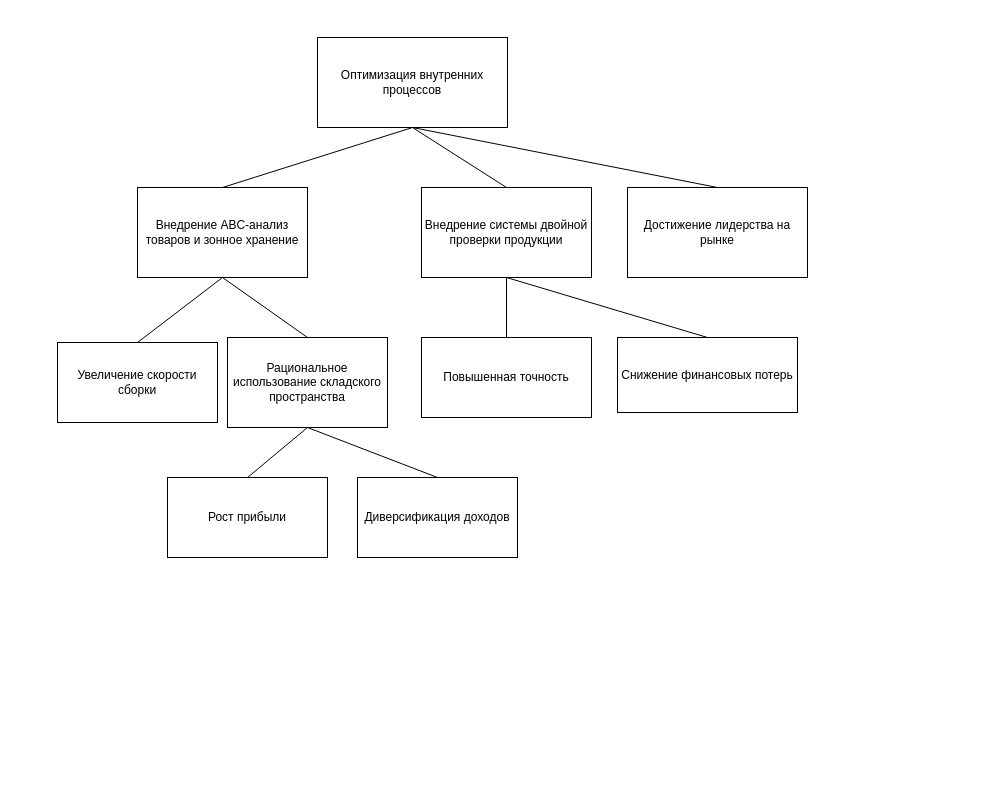
The draw.io diagram ОРТПС_2.drawio in mopsin666/AKMS, before the edit. Source tidied: cells renumbered, new cells numbered last; positions are measured from the earlier drawing's top-left corner, leaving out a move shared by most shapes. Both pictures are drawn from the tidied source at 100%, with x=0, y=0 at pixel (57, 37).
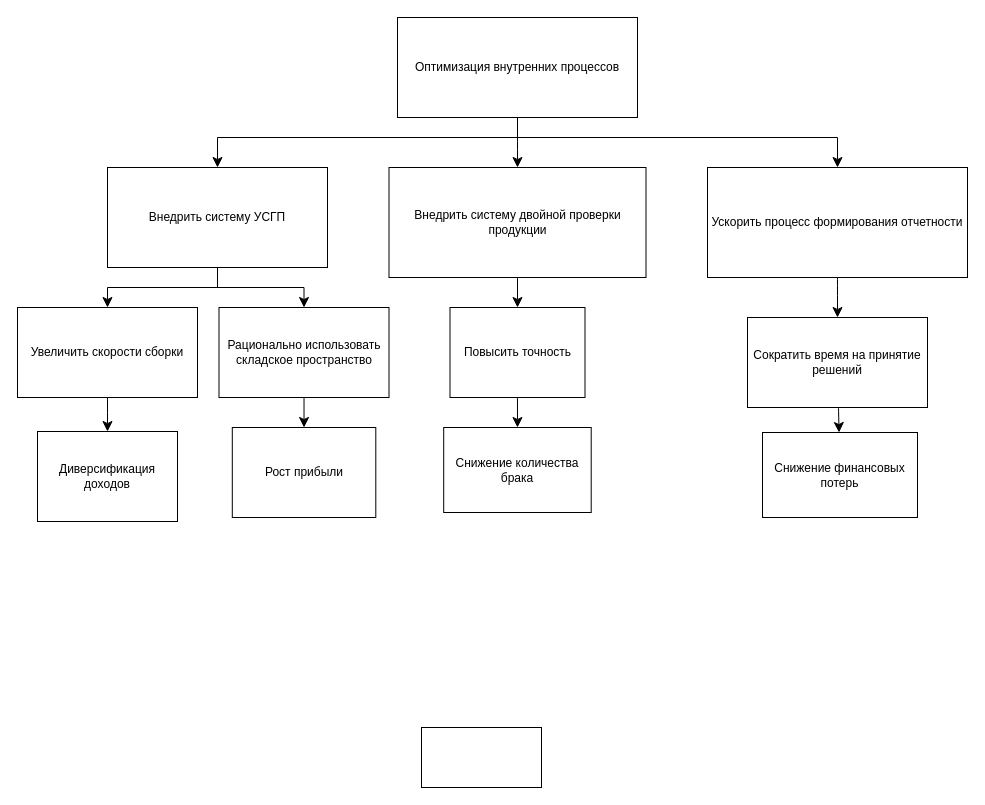
The same page after the edit.

The edit, as a diff of the source:
```diff
@@
+    <mxCell id="21" style="edgeStyle=none;curved=1;rounded=0;jettySize=auto;html=1;entryX=0.5;entryY=0;entryDx=0;entryDy=0;fontSize=12;startSize=8;endSize=8;" parent="1" edge="1" source="2" target="13">
+      <mxGeometry relative="1" as="geometry" />
+    </mxCell>
     <mxCell id="2" value="Оптимизация внутренних процессов" style="rounded=0;whiteSpace=wrap;html=1;" parent="1" vertex="1">
-      <mxGeometry x="260" width="190" height="90" as="geometry" />
+      <mxGeometry x="340" y="-20" width="240" height="100" as="geometry" />
     </mxCell>
-    <mxCell id="3" value="Внедрение ABC-анализ товаров и зонное хранение" style="rounded=0;whiteSpace=wrap;html=1;" parent="1" vertex="1">
-      <mxGeometry x="80" y="150" width="170" height="90" as="geometry" />
+    <mxCell id="3" value="Внедрить систему УСГП" style="rounded=0;whiteSpace=wrap;html=1;" parent="1" vertex="1">
+      <mxGeometry x="50" y="130" width="220" height="100" as="geometry" />
     </mxCell>
+    <mxCell id="22" style="edgeStyle=none;curved=1;rounded=0;jettySize=auto;html=1;fontSize=12;startSize=8;endSize=8;" parent="1" edge="1" source="4" target="7">
+      <mxGeometry relative="1" as="geometry" />
+    </mxCell>
-    <mxCell id="4" value="Рациональное использование складского пространства" style="rounded=0;whiteSpace=wrap;html=1;" parent="1" vertex="1">
-      <mxGeometry x="170" y="300" width="160" height="90" as="geometry" />
+    <mxCell id="4" value="Рационально использовать складское пространство" style="rounded=0;whiteSpace=wrap;html=1;" parent="1" vertex="1">
+      <mxGeometry x="161.5" y="270" width="170" height="90" as="geometry" />
     </mxCell>
-    <mxCell id="5" style="endArrow=none;html=1;rounded=0;entryX=0.5;entryY=1;entryDx=0;entryDy=0;exitX=0.5;exitY=0;exitDx=0;exitDy=0;" parent="1" edge="1" source="3" target="2">
-      <mxGeometry relative="1" as="geometry" />
-    </mxCell>
-    <mxCell id="6" style="endArrow=none;html=1;rounded=0;exitX=0.5;exitY=0;exitDx=0;exitDy=0;entryX=0.5;entryY=1;entryDx=0;entryDy=0;" parent="1" edge="1" source="4" target="3">
-      <mxGeometry relative="1" as="geometry" />
-    </mxCell>
     <mxCell id="7" value="&lt;div style=&quot;&quot;&gt;Рост прибыли&lt;/div&gt;" style="rounded=0;whiteSpace=wrap;html=1;align=center;" parent="1" vertex="1">
-      <mxGeometry x="110" y="440" width="160" height="80" as="geometry" />
+      <mxGeometry x="174.8" y="390" width="143.5" height="90" as="geometry" />
     </mxCell>
-    <mxCell id="8" style="endArrow=none;html=1;rounded=0;exitX=0.5;exitY=0;exitDx=0;exitDy=0;entryX=0.5;entryY=1;entryDx=0;entryDy=0;" parent="1" edge="1" source="7" target="4">
-      <mxGeometry relative="1" as="geometry" />
-    </mxCell>
     <mxCell id="9" value="Диверсификация доходов" style="rounded=0;whiteSpace=wrap;html=1;" parent="1" vertex="1">
-      <mxGeometry x="300" y="440" width="160" height="80" as="geometry" />
+      <mxGeometry x="-20" y="394" width="140" height="90" as="geometry" />
     </mxCell>
-    <mxCell id="10" style="endArrow=none;html=1;rounded=0;exitX=0.5;exitY=0;exitDx=0;exitDy=0;entryX=0.5;entryY=1;entryDx=0;entryDy=0;" parent="1" edge="1" source="9" target="4">
-      <mxGeometry relative="1" as="geometry" />
-    </mxCell>
+    <mxCell id="23" style="edgeStyle=none;curved=1;rounded=0;jettySize=auto;html=1;fontSize=12;startSize=8;endSize=8;" parent="1" edge="1" source="11" target="9">
+      <mxGeometry relative="1" as="geometry" />
+    </mxCell>
-    <mxCell id="11" value="Увеличение скорости сборки" style="rounded=0;whiteSpace=wrap;html=1;" parent="1" vertex="1">
-      <mxGeometry y="305" width="160" height="80" as="geometry" />
+    <mxCell id="11" value="Увеличить скорости сборки" style="rounded=0;whiteSpace=wrap;html=1;" parent="1" vertex="1">
+      <mxGeometry x="-40" y="270" width="180" height="90" as="geometry" />
     </mxCell>
-    <mxCell id="12" style="endArrow=none;html=1;rounded=0;entryX=0.5;entryY=1;entryDx=0;entryDy=0;exitX=0.5;exitY=0;exitDx=0;exitDy=0;" parent="1" edge="1" source="11" target="3">
-      <mxGeometry relative="1" as="geometry" />
-    </mxCell>
+    <mxCell id="24" style="edgeStyle=none;curved=1;rounded=0;jettySize=auto;html=1;fontSize=12;startSize=8;endSize=8;" parent="1" edge="1" source="13" target="15">
+      <mxGeometry relative="1" as="geometry" />
+    </mxCell>
-    <mxCell id="13" value="&lt;div style=&quot;&quot;&gt;Внедрение системы двойной проверки продукции&lt;/div&gt;" style="rounded=0;whiteSpace=wrap;html=1;align=center;" parent="1" vertex="1">
-      <mxGeometry x="364" y="150" width="170" height="90" as="geometry" />
+    <mxCell id="13" value="&lt;div style=&quot;&quot;&gt;Внедрить систему двойной проверки продукции&lt;/div&gt;" style="rounded=0;whiteSpace=wrap;html=1;align=center;" parent="1" vertex="1">
+      <mxGeometry x="331.5" y="130" width="257" height="110" as="geometry" />
     </mxCell>
-    <mxCell id="14" style="endArrow=none;html=1;rounded=0;entryX=0.5;entryY=1;entryDx=0;entryDy=0;exitX=0.5;exitY=0;exitDx=0;exitDy=0;" parent="1" edge="1" source="13" target="2">
-      <mxGeometry relative="1" as="geometry" />
-    </mxCell>
+    <mxCell id="25" style="edgeStyle=none;curved=1;rounded=0;jettySize=auto;html=1;fontSize=12;startSize=8;endSize=8;" parent="1" edge="1" source="15" target="32">
+      <mxGeometry relative="1" as="geometry" />
+    </mxCell>
-    <mxCell id="15" value="Повышенная точность" style="rounded=0;whiteSpace=wrap;html=1;" parent="1" vertex="1">
-      <mxGeometry x="364" y="300" width="170" height="80" as="geometry" />
+    <mxCell id="15" value="Повысить точность" style="rounded=0;whiteSpace=wrap;html=1;" parent="1" vertex="1">
+      <mxGeometry x="392.5" y="270" width="135" height="90" as="geometry" />
     </mxCell>
     <mxCell id="16" value="Снижение финансовых потерь" style="rounded=0;whiteSpace=wrap;html=1;" parent="1" vertex="1">
-      <mxGeometry x="560" y="300" width="180" height="75" as="geometry" />
+      <mxGeometry x="705" y="395" width="155" height="85" as="geometry" />
     </mxCell>
-    <mxCell id="17" style="endArrow=none;html=1;rounded=0;entryX=0.5;entryY=1;entryDx=0;entryDy=0;exitX=0.5;exitY=0;exitDx=0;exitDy=0;" parent="1" edge="1" source="15" target="13">
-      <mxGeometry relative="1" as="geometry" />
-    </mxCell>
-    <mxCell id="18" style="endArrow=none;html=1;rounded=0;entryX=0.5;entryY=1;entryDx=0;entryDy=0;exitX=0.5;exitY=0;exitDx=0;exitDy=0;" parent="1" edge="1" source="16" target="13">
-      <mxGeometry relative="1" as="geometry" />
-    </mxCell>
+    <mxCell id="26" style="edgeStyle=none;curved=1;rounded=0;jettySize=auto;html=1;fontSize=12;startSize=8;endSize=8;" parent="1" edge="1" source="19" target="34">
+      <mxGeometry relative="1" as="geometry" />
+    </mxCell>
-    <mxCell id="19" value="Достижение лидерства на рынке" style="rounded=0;whiteSpace=wrap;html=1;" parent="1" vertex="1">
-      <mxGeometry x="570" y="150" width="180" height="90" as="geometry" />
+    <mxCell id="19" value="Ускорить процесс формирования отчетности" style="rounded=0;whiteSpace=wrap;html=1;" parent="1" vertex="1">
+      <mxGeometry x="650" y="130" width="260" height="110" as="geometry" />
     </mxCell>
-    <mxCell id="20" style="endArrow=none;html=1;rounded=0;entryX=0.5;entryY=1;entryDx=0;entryDy=0;exitX=0.5;exitY=0;exitDx=0;exitDy=0;" parent="1" edge="1" source="19" target="2">
-      <mxGeometry relative="1" as="geometry" />
-    </mxCell>
+    <mxCell id="27" style="rounded=0;whiteSpace=wrap;html=1;" parent="1" vertex="1">
+      <mxGeometry x="364" y="690" width="120" height="60" as="geometry" />
+    </mxCell>
+    <mxCell id="28" style="edgeStyle=elbowEdgeStyle;elbow=vertical;endArrow=classic;html=1;curved=0;rounded=0;endSize=8;startSize=8;fontSize=12;entryX=0.5;entryY=0;entryDx=0;entryDy=0;exitX=0.5;exitY=1;exitDx=0;exitDy=0;" parent="1" edge="1" source="2" target="3">
+      <mxGeometry relative="1" as="geometry">
+        <Array as="points">
+          <mxPoint x="530" y="100" />
+        </Array>
+      </mxGeometry>
+    </mxCell>
+    <mxCell id="29" style="edgeStyle=segmentEdgeStyle;endArrow=classic;html=1;curved=0;rounded=0;endSize=8;startSize=8;fontSize=12;entryX=0.5;entryY=0;entryDx=0;entryDy=0;" parent="1" edge="1" target="19">
+      <mxGeometry relative="1" as="geometry">
+        <mxPoint x="460" y="100" as="sourcePoint" />
+      </mxGeometry>
+    </mxCell>
+    <mxCell id="30" style="edgeStyle=segmentEdgeStyle;endArrow=classic;html=1;curved=0;rounded=0;endSize=8;startSize=8;fontSize=12;exitX=0.5;exitY=1;exitDx=0;exitDy=0;entryX=0.5;entryY=0;entryDx=0;entryDy=0;" parent="1" edge="1" source="3" target="4">
+      <mxGeometry relative="1" as="geometry">
+        <Array as="points">
+          <mxPoint x="160" y="250" />
+          <mxPoint x="247" y="250" />
+        </Array>
+      </mxGeometry>
+    </mxCell>
+    <mxCell id="31" style="edgeStyle=segmentEdgeStyle;endArrow=classic;html=1;curved=0;rounded=0;endSize=8;startSize=8;fontSize=12;exitX=0.5;exitY=1;exitDx=0;exitDy=0;entryX=0.5;entryY=0;entryDx=0;entryDy=0;" parent="1" edge="1" source="3" target="11">
+      <mxGeometry relative="1" as="geometry">
+        <Array as="points">
+          <mxPoint x="160" y="250" />
+          <mxPoint x="50" y="250" />
+        </Array>
+      </mxGeometry>
+    </mxCell>
+    <mxCell id="32" value="Снижение количества брака" style="rounded=0;whiteSpace=wrap;html=1;" parent="1" vertex="1">
+      <mxGeometry x="386.2" y="390" width="147.5" height="85" as="geometry" />
+    </mxCell>
+    <mxCell id="33" style="edgeStyle=none;curved=1;rounded=0;jettySize=auto;html=1;fontSize=12;startSize=8;endSize=8;" parent="1" edge="1" source="34" target="16">
+      <mxGeometry relative="1" as="geometry" />
+    </mxCell>
+    <mxCell id="34" value="Сократить время на принятие решений" style="rounded=0;whiteSpace=wrap;html=1;" parent="1" vertex="1">
+      <mxGeometry x="690" y="280" width="180" height="90" as="geometry" />
+    </mxCell>
```
